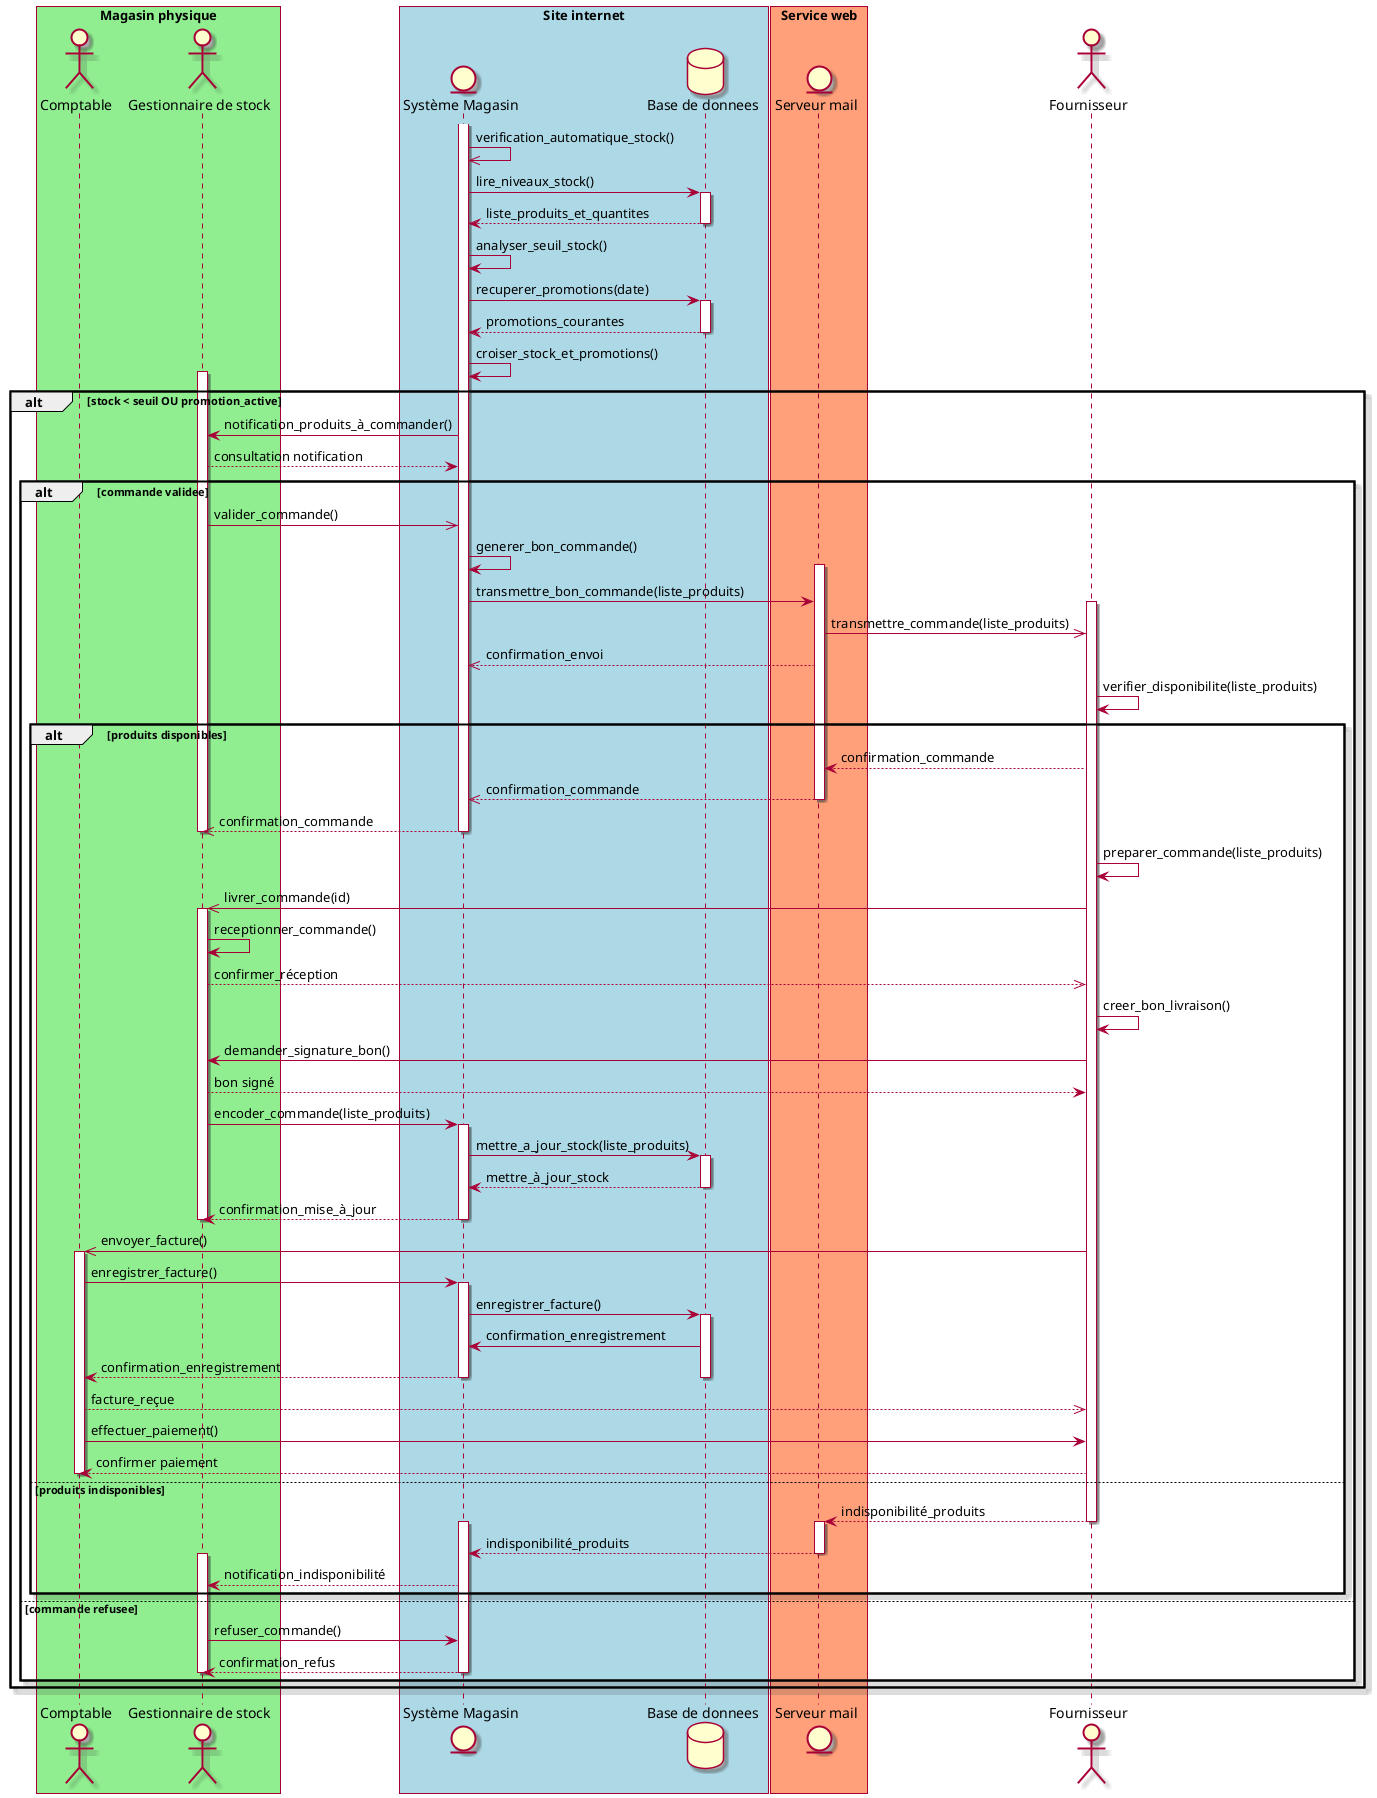
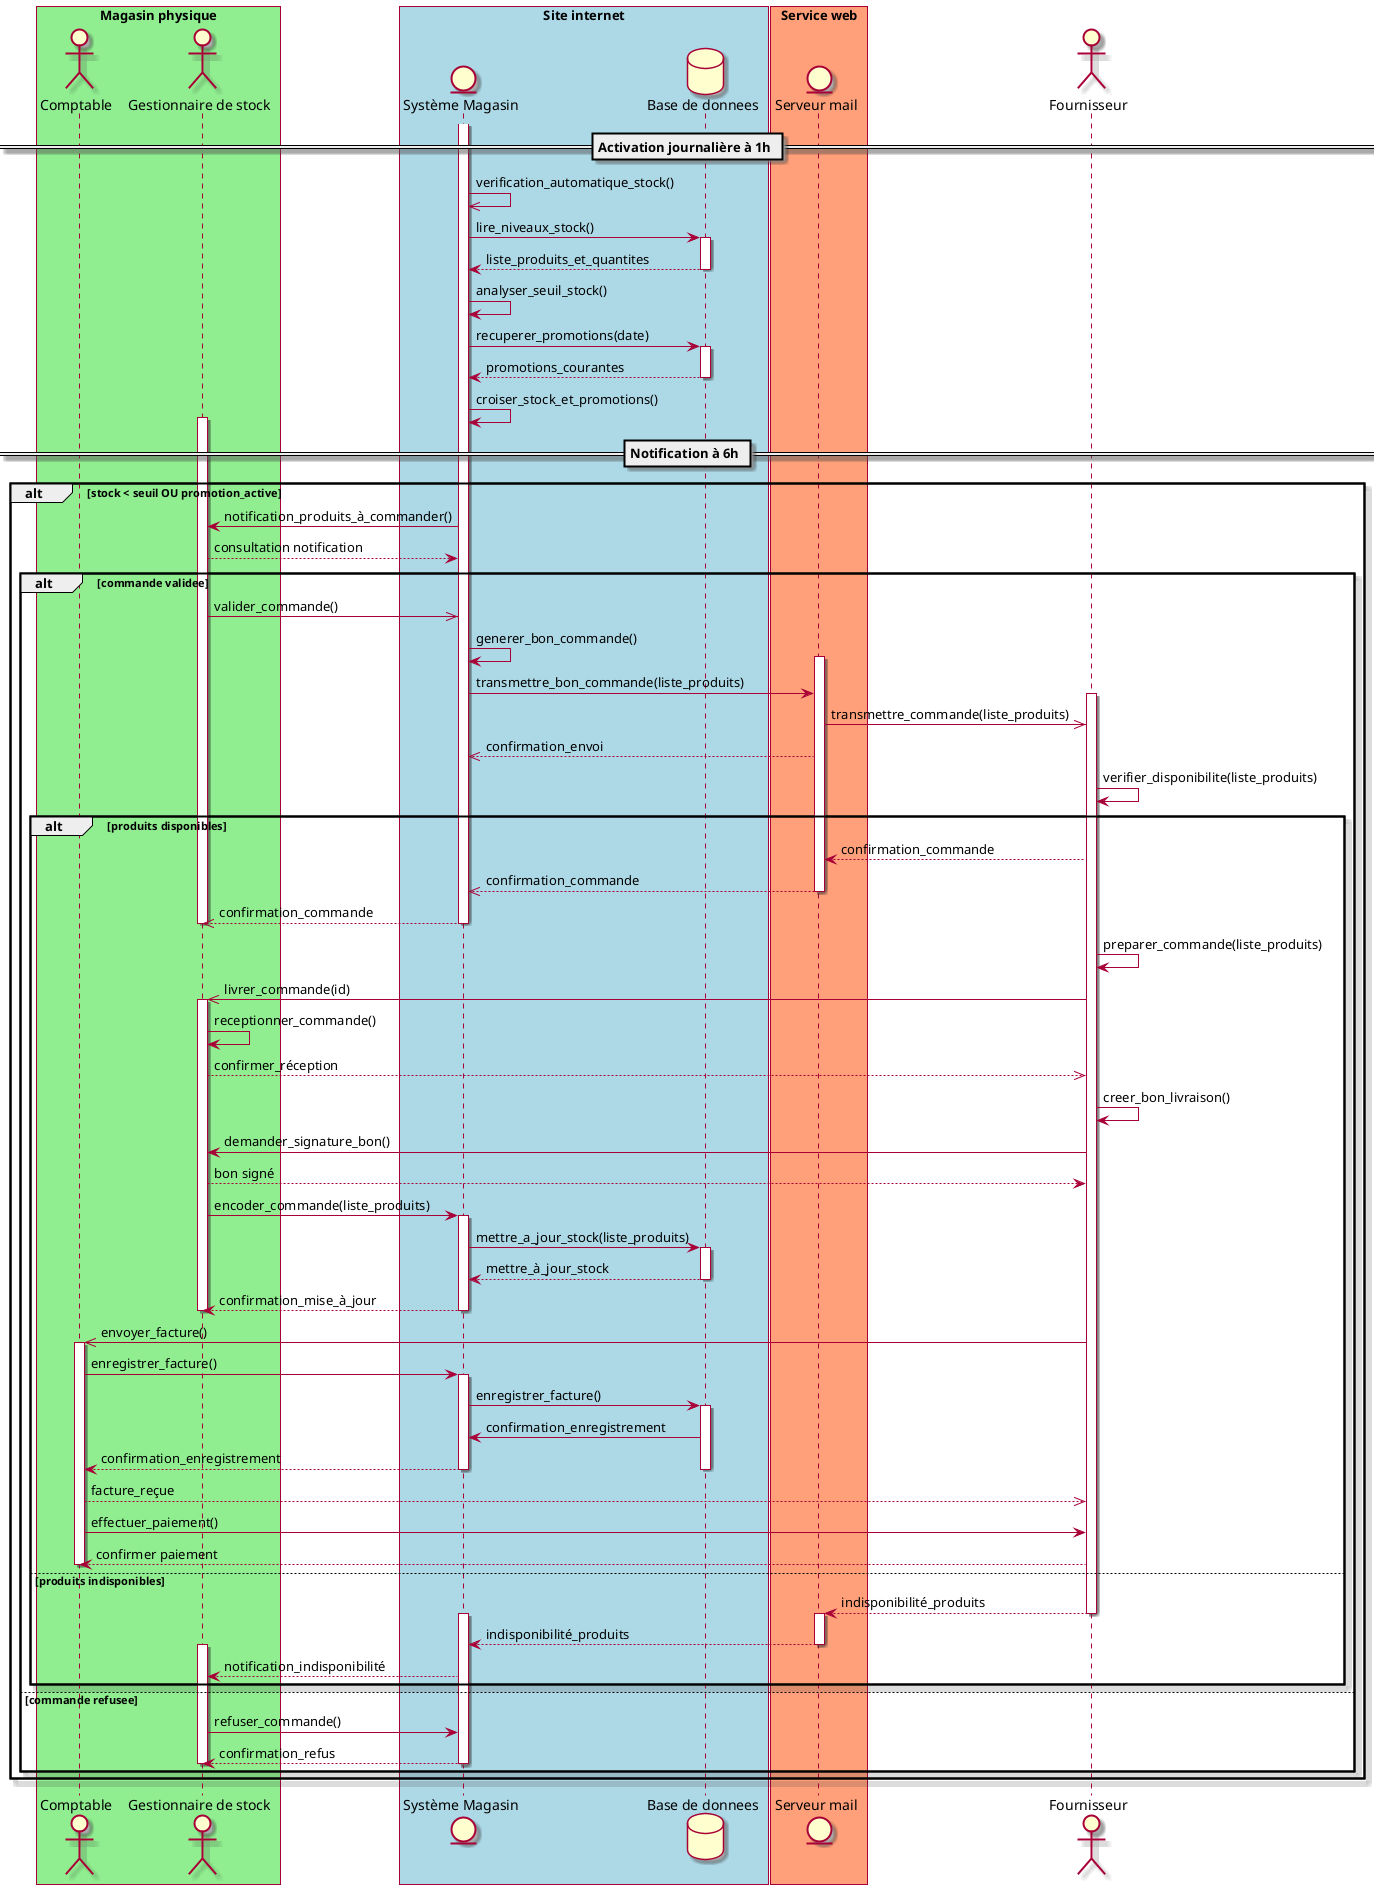
@startuml "Reapprovisionnement automatique"

skin rose
/'skinparam sequenceMessageAlign center'/

box "Magasin physique" #LightGreen
actor "Comptable" as comptable
actor "Gestionnaire de stock" as gestionnaire
end box

box "Site internet" #LightBlue
entity "Système Magasin" as systeme
database "Base de donnees" as bdd
end box

box "Service web" #LightSalmon
entity "Serveur mail" as mail
end box

actor "Fournisseur" as fournisseur

+ == Activation journalière à 1h ==
+ 
/' Verification des stocks '/
activate systeme
systeme ->> systeme : verification_automatique_stock()

systeme -> bdd : lire_niveaux_stock()

activate bdd
bdd --> systeme : liste_produits_et_quantites
deactivate bdd

systeme -> systeme : analyser_seuil_stock()
systeme -> bdd : recuperer_promotions(date)
activate bdd
bdd --> systeme : promotions_courantes
deactivate bdd
systeme -> systeme : croiser_stock_et_promotions()
+ 
+ == Notification à 6h ==

alt stock < seuil OU promotion_active
    activate gestionnaire
    systeme -> gestionnaire : notification_produits_à_commander()
    gestionnaire --> systeme : consultation notification

    alt commande validee
        gestionnaire ->> systeme : valider_commande()

        systeme -> systeme : generer_bon_commande()
        activate mail
        systeme -> mail : transmettre_bon_commande(liste_produits)
        activate fournisseur
        mail ->> fournisseur : transmettre_commande(liste_produits)
        mail -->> systeme :  confirmation_envoi
        fournisseur -> fournisseur : verifier_disponibilite(liste_produits)

        alt produits disponibles
            fournisseur --> mail : confirmation_commande
            mail -->> systeme : confirmation_commande
            deactivate mail
            systeme -->> gestionnaire : confirmation_commande
            deactivate gestionnaire
            deactivate systeme

            fournisseur -> fournisseur : preparer_commande(liste_produits)
            fournisseur ->> gestionnaire : livrer_commande(id)
            activate gestionnaire

            gestionnaire -> gestionnaire : receptionner_commande()
            gestionnaire -->> fournisseur : confirmer_réception
            fournisseur -> fournisseur : creer_bon_livraison()
            fournisseur -> gestionnaire : demander_signature_bon()
            gestionnaire --> fournisseur : bon signé
            gestionnaire -> systeme : encoder_commande(liste_produits)
            activate systeme
            systeme -> bdd : mettre_a_jour_stock(liste_produits)

            activate bdd
            bdd --> systeme : mettre_à_jour_stock
            deactivate bdd
            systeme --> gestionnaire : confirmation_mise_à_jour
            deactivate systeme

            deactivate gestionnaire

            /'Facturation'/
            fournisseur ->> comptable : envoyer_facture()

            activate comptable
            comptable -> systeme : enregistrer_facture()
            activate systeme
            systeme -> bdd : enregistrer_facture()
            activate bdd
            bdd -> systeme : confirmation_enregistrement
            systeme --> comptable : confirmation_enregistrement
            deactivate bdd
            deactivate systeme

            comptable -->> fournisseur : facture_reçue
            comptable -> fournisseur : effectuer_paiement()
            fournisseur --> comptable : confirmer paiement
            deactivate comptable

        else produits indisponibles
            fournisseur --> mail : indisponibilité_produits
            deactivate fournisseur
            activate mail
            activate systeme
            mail --> systeme : indisponibilité_produits
            deactivate mail
            activate gestionnaire
            systeme --> gestionnaire : notification_indisponibilité
        end
    else commande refusee
        gestionnaire -> systeme : refuser_commande()
        systeme --> gestionnaire : confirmation_refus
        deactivate gestionnaire
        deactivate systeme
    end
end

@enduml